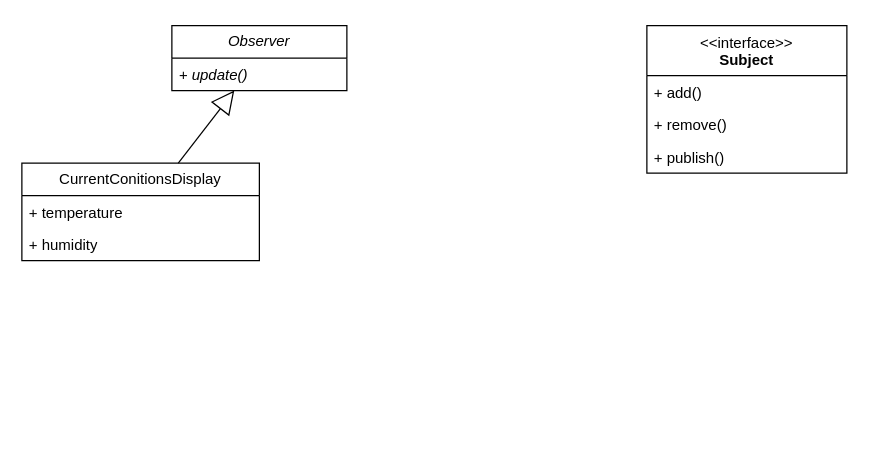
The draw.io diagram observer.drawio in joelau71/uml, before the edit. Source tidied: cells renumbered, new cells numbered last; positions are measured from the earlier drawing's top-left corner, leaving out a move shared by most shapes. Both pictures are drawn from the tidied source at 125%, with x=0, y=0 at pixel (21, 25).
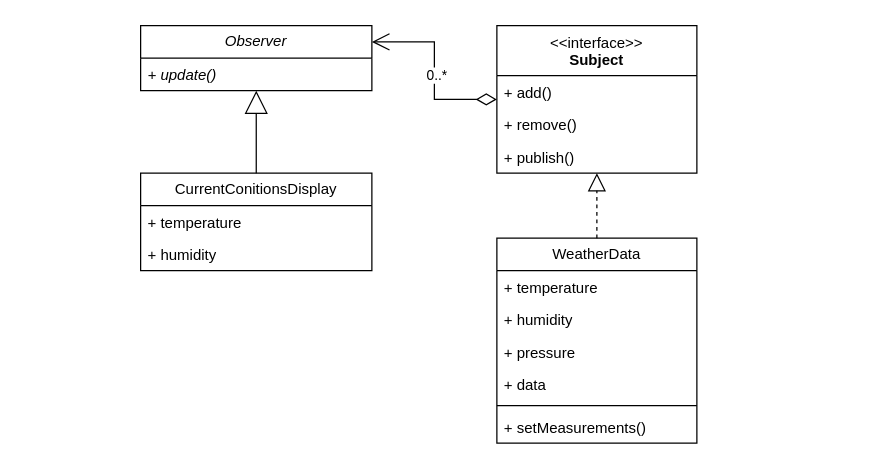
The same diagram, later.

Change to the diagram source:
```diff
@@
     <mxCell id="2" value="&lt;i&gt;Observer&lt;/i&gt;" style="swimlane;fontStyle=0;horizontal=1;startSize=26;fillColor=none;whiteSpace=wrap;html=1;" parent="1" vertex="1">
-      <mxGeometry x="120" width="140" height="52" as="geometry" />
+      <mxGeometry x="95" width="185" height="52" as="geometry" />
     </mxCell>
     <mxCell id="3" value="&lt;i&gt;+ update()&lt;/i&gt;" style="text;strokeColor=none;fillColor=none;align=left;verticalAlign=top;spacingLeft=4;spacingRight=4;overflow=hidden;whiteSpace=wrap;html=1;" parent="2" vertex="1">
-      <mxGeometry y="26" width="140" height="26" as="geometry" />
+      <mxGeometry y="26" width="185" height="26" as="geometry" />
     </mxCell>
     <mxCell id="4" value="&lt;span style=&quot;font-weight: normal;&quot;&gt;&amp;lt;&amp;lt;interface&amp;gt;&amp;gt;&lt;br&gt;&lt;/span&gt;Subject" style="swimlane;fontStyle=1;align=center;verticalAlign=top;horizontal=1;startSize=40;whiteSpace=wrap;html=1;" parent="1" vertex="1">
-      <mxGeometry x="500" width="160" height="118" as="geometry" />
+      <mxGeometry x="380" width="160" height="118" as="geometry" />
     </mxCell>
@@
     <mxCell id="8" value="CurrentConitionsDisplay" style="swimlane;fontStyle=0;horizontal=1;startSize=26;fillColor=none;whiteSpace=wrap;html=1;" parent="1" vertex="1">
-      <mxGeometry y="110" width="190" height="78" as="geometry" />
+      <mxGeometry x="95" y="118" width="185" height="78" as="geometry" />
     </mxCell>
     <mxCell id="9" value="+ temperature" style="text;strokeColor=none;fillColor=none;align=left;verticalAlign=top;spacingLeft=4;spacingRight=4;overflow=hidden;whiteSpace=wrap;html=1;" parent="8" vertex="1">
-      <mxGeometry y="26" width="190" height="26" as="geometry" />
+      <mxGeometry y="26" width="185" height="26" as="geometry" />
     </mxCell>
     <mxCell id="10" value="+ humidity" style="text;strokeColor=none;fillColor=none;align=left;verticalAlign=top;spacingLeft=4;spacingRight=4;overflow=hidden;whiteSpace=wrap;html=1;" parent="8" vertex="1">
-      <mxGeometry y="52" width="190" height="26" as="geometry" />
+      <mxGeometry y="52" width="185" height="26" as="geometry" />
     </mxCell>
@@
+    <mxCell id="12" value="WeatherData" style="swimlane;fontStyle=0;horizontal=1;startSize=26;fillColor=none;whiteSpace=wrap;html=1;" parent="1" vertex="1">
+      <mxGeometry x="380" y="170" width="160" height="164" as="geometry" />
+    </mxCell>
+    <mxCell id="13" value="+ temperature" style="text;strokeColor=none;fillColor=none;align=left;verticalAlign=top;spacingLeft=4;spacingRight=4;overflow=hidden;whiteSpace=wrap;html=1;" parent="12" vertex="1">
+      <mxGeometry y="26" width="160" height="26" as="geometry" />
+    </mxCell>
+    <mxCell id="14" value="+ humidity" style="text;strokeColor=none;fillColor=none;align=left;verticalAlign=top;spacingLeft=4;spacingRight=4;overflow=hidden;whiteSpace=wrap;html=1;" parent="12" vertex="1">
+      <mxGeometry y="52" width="160" height="26" as="geometry" />
+    </mxCell>
+    <mxCell id="15" value="+ pressure" style="text;strokeColor=none;fillColor=none;align=left;verticalAlign=top;spacingLeft=4;spacingRight=4;overflow=hidden;whiteSpace=wrap;html=1;" parent="12" vertex="1">
+      <mxGeometry y="78" width="160" height="26" as="geometry" />
+    </mxCell>
+    <mxCell id="16" value="+ data" style="text;strokeColor=none;fillColor=none;align=left;verticalAlign=top;spacingLeft=4;spacingRight=4;overflow=hidden;whiteSpace=wrap;html=1;" parent="12" vertex="1">
+      <mxGeometry y="104" width="160" height="26" as="geometry" />
+    </mxCell>
+    <mxCell id="17" style="line;strokeWidth=1;fillColor=none;align=left;verticalAlign=middle;spacingTop=-1;spacingLeft=3;spacingRight=3;labelPosition=right;strokeColor=inherit;" parent="12" vertex="1">
+      <mxGeometry y="130" width="160" height="8" as="geometry" />
+    </mxCell>
+    <mxCell id="18" value="+ setMeasurements()" style="text;strokeColor=none;fillColor=none;align=left;verticalAlign=top;spacingLeft=4;spacingRight=4;overflow=hidden;whiteSpace=wrap;html=1;" parent="12" vertex="1">
+      <mxGeometry y="138" width="160" height="26" as="geometry" />
+    </mxCell>
+    <mxCell id="19" style="endArrow=block;dashed=1;endFill=0;endSize=12;html=1;rounded=0;" parent="1" edge="1" source="12" target="4">
+      <mxGeometry relative="1" as="geometry" />
+    </mxCell>
+    <mxCell id="20" style="endArrow=open;html=1;endSize=12;startArrow=diamondThin;startSize=14;startFill=0;edgeStyle=orthogonalEdgeStyle;align=left;verticalAlign=bottom;rounded=0;entryX=1;entryY=0.25;entryDx=0;entryDy=0;" parent="1" edge="1" source="4" target="2">
+      <mxGeometry x="-1" y="3" relative="1" as="geometry" />
+    </mxCell>
+    <mxCell id="21" value="0..*" style="edgeLabel;html=1;align=center;verticalAlign=middle;" parent="20" vertex="1">
+      <mxGeometry x="-0.79" y="3" relative="1" as="geometry">
+        <mxPoint x="-34" y="-23" as="offset" />
+      </mxGeometry>
+    </mxCell>
```
